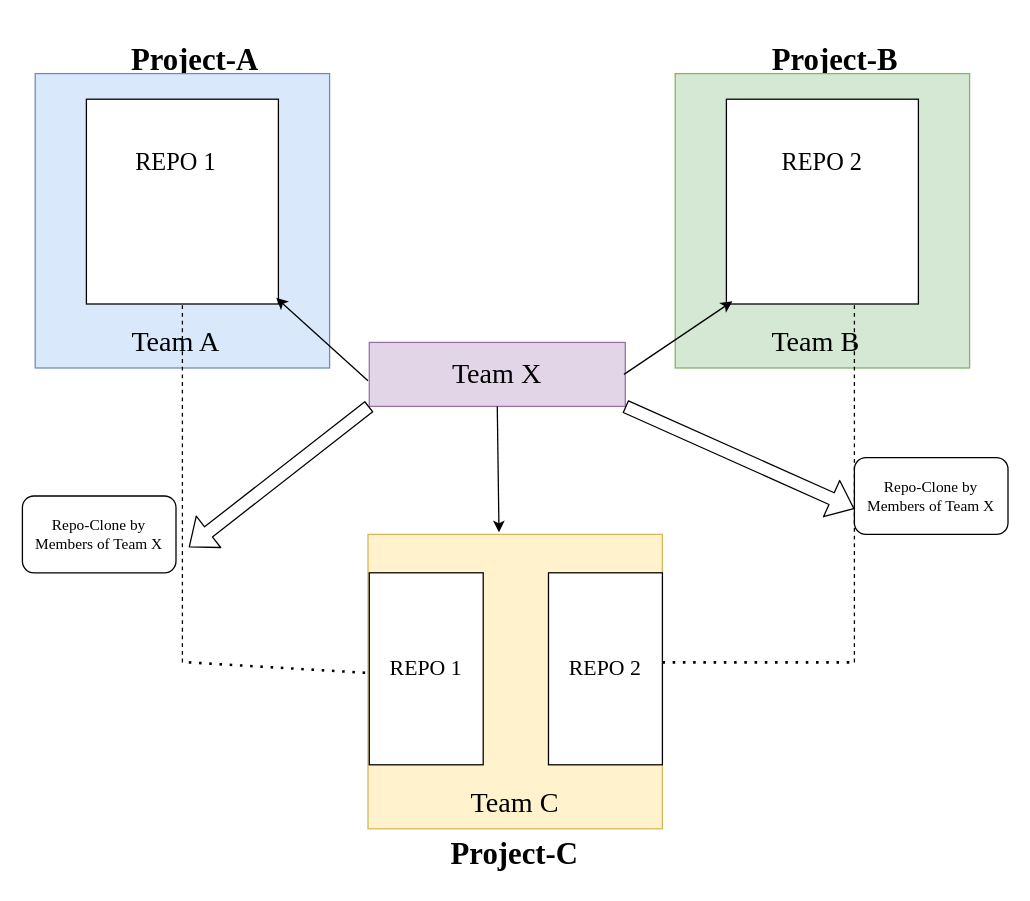
The draw.io diagram Untitled Diagram.drawio in rehankittur/Hello-World, before the edit. Source tidied: cells renumbered, new cells numbered last; positions are measured from the earlier drawing's top-left corner, leaving out a move shared by most shapes. Both pictures are drawn from the tidied source at 128%, with x=0, y=0 at pixel (22, 35).
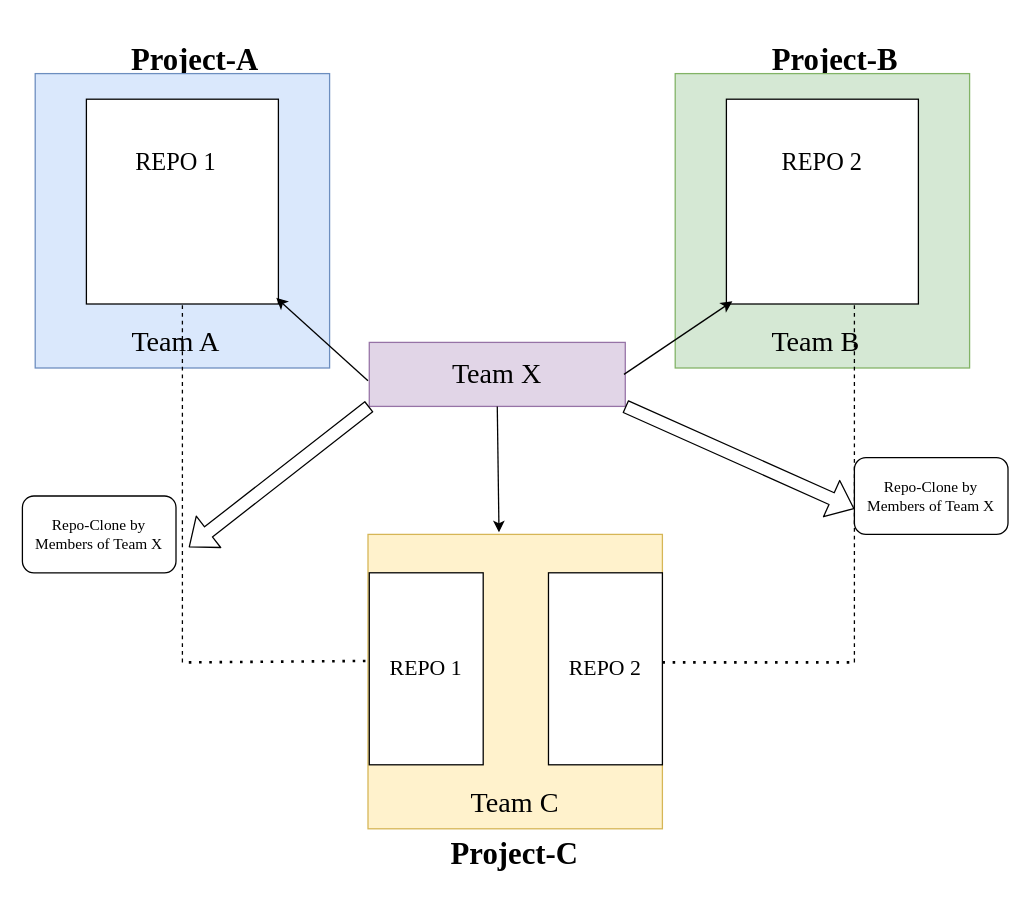
Above is the later version.

The change refers to these unchanged cells:
```xml
<mxCell id="20" value="&lt;font style=&quot;font-size: 17px&quot;&gt;REPO 1&lt;/font&gt;" style="rounded=0;whiteSpace=wrap;html=1;fontFamily=Times New Roman;align=center;direction=south;" parent="1" vertex="1">
  <mxGeometry x="271" y="420" width="89" height="150" as="geometry" />
</mxCell>
```

Diff of the diagram source:
```diff
@@
-    <mxCell id="18" style="endArrow=none;dashed=1;html=1;dashPattern=1 3;strokeWidth=2;fontFamily=Times New Roman;" parent="1" edge="1">
-      <mxGeometry relative="1" as="geometry">
-        <mxPoint x="130" y="490" as="sourcePoint" />
-        <mxPoint x="310" y="500.6" as="targetPoint" />
-      </mxGeometry>
-    </mxCell>
@@
+    <mxCell id="29" style="endArrow=none;dashed=1;html=1;dashPattern=1 3;strokeWidth=2;fontFamily=Times New Roman;entryX=0.459;entryY=1.029;entryDx=0;entryDy=0;entryPerimeter=0;" parent="1" edge="1" target="20">
+      <mxGeometry relative="1" as="geometry">
+        <mxPoint x="130" y="490" as="sourcePoint" />
+      </mxGeometry>
+    </mxCell>
```
